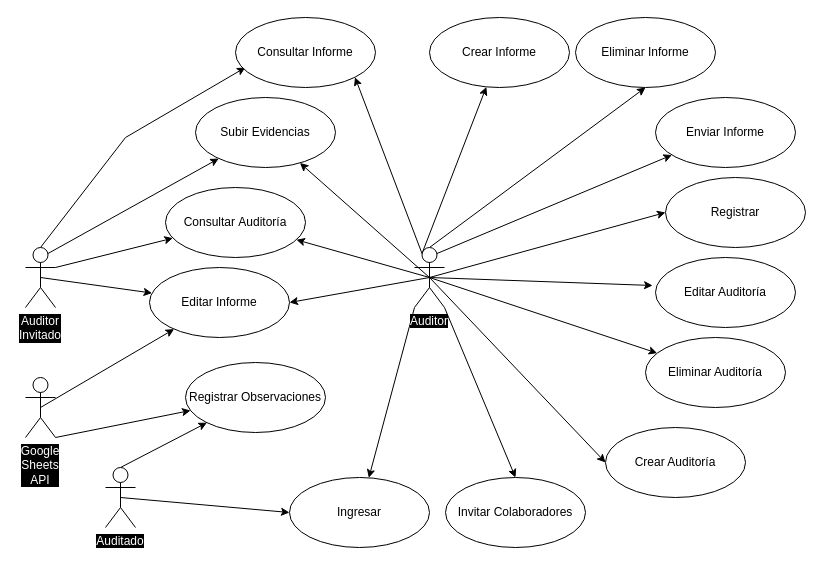
Jhonathan97/Proyecto_Auditoria keeps this draw.io diagram as Diagrams and Mockups/casos_de_uso.drawio. Above is the earlier version. Source tidied: cells renumbered, new cells numbered last; positions are measured from the earlier drawing's top-left corner, leaving out a move shared by most shapes. Both pictures are drawn from the tidied source at 100%, with x=0, y=0 at pixel (25, 17).
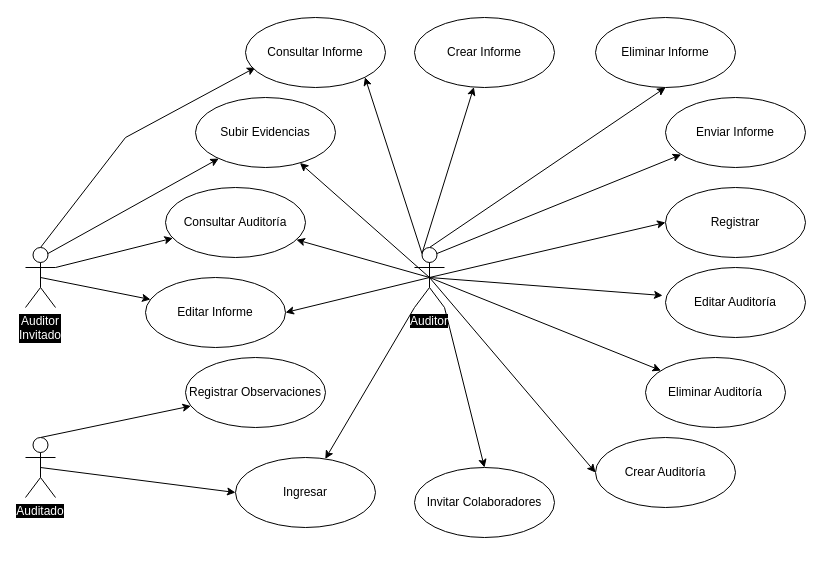
Above is the later version.

Commit message (it also covers changes not shown here):
Arquitectura de la App

The edit, as a diff of the source:
```diff
@@
     <mxCell id="16" value="Registrar" style="ellipse;whiteSpace=wrap;html=1;" parent="1" vertex="1">
-      <mxGeometry x="640" y="160" width="140" height="70" as="geometry" />
+      <mxGeometry x="640" y="170" width="140" height="70" as="geometry" />
     </mxCell>
     <mxCell id="17" value="Ingresar" style="ellipse;whiteSpace=wrap;html=1;" parent="1" vertex="1">
-      <mxGeometry x="264" y="460" width="140" height="70" as="geometry" />
+      <mxGeometry x="210" y="440" width="140" height="70" as="geometry" />
     </mxCell>
     <mxCell id="18" value="Registrar Observaciones" style="ellipse;whiteSpace=wrap;html=1;" parent="1" vertex="1">
-      <mxGeometry x="160" y="345" width="140" height="70" as="geometry" />
+      <mxGeometry x="160" y="340" width="140" height="70" as="geometry" />
     </mxCell>
@@
     <mxCell id="21" value="Auditado" style="shape=umlActor;verticalLabelPosition=bottom;labelBackgroundColor=#000000;verticalAlign=top;html=1;whiteSpace=wrap;fontColor=#FFFFFF;" parent="1" vertex="1">
-      <mxGeometry x="80" y="450" width="30" height="60" as="geometry" />
+      <mxGeometry y="420" width="30" height="60" as="geometry" />
     </mxCell>
-    <mxCell id="22" style="edgeStyle=none;rounded=0;jettySize=auto;html=1;exitX=0.5;exitY=0.5;exitDx=0;exitDy=0;exitPerimeter=0;" parent="1" edge="1" source="24" target="41">
-      <mxGeometry relative="1" as="geometry" />
-    </mxCell>
-    <mxCell id="23" style="edgeStyle=none;rounded=0;jettySize=auto;html=1;exitX=1;exitY=1;exitDx=0;exitDy=0;exitPerimeter=0;" parent="1" edge="1" source="24" target="18">
-      <mxGeometry relative="1" as="geometry" />
-    </mxCell>
-    <mxCell id="24" value="Google Sheets API" style="shape=umlActor;verticalLabelPosition=bottom;labelBackgroundColor=#000000;verticalAlign=top;html=1;whiteSpace=wrap;fontColor=#FFFFFF;" parent="1" vertex="1">
-      <mxGeometry y="360" width="30" height="60" as="geometry" />
-    </mxCell>
@@
     <mxCell id="26" value="Enviar Informe" style="ellipse;whiteSpace=wrap;html=1;" parent="1" vertex="1">
-      <mxGeometry x="630" y="80" width="140" height="70" as="geometry" />
+      <mxGeometry x="640" y="80" width="140" height="70" as="geometry" />
     </mxCell>
     <mxCell id="27" value="Invitar Colaboradores" style="ellipse;whiteSpace=wrap;html=1;" parent="1" vertex="1">
-      <mxGeometry x="420" y="460" width="140" height="70" as="geometry" />
+      <mxGeometry x="389" y="450" width="140" height="70" as="geometry" />
     </mxCell>
     <mxCell id="28" value="Crear Auditoría" style="ellipse;whiteSpace=wrap;html=1;" parent="1" vertex="1">
-      <mxGeometry x="580" y="410" width="140" height="70" as="geometry" />
+      <mxGeometry x="570" y="420" width="140" height="70" as="geometry" />
     </mxCell>
@@
     <mxCell id="34" value="Editar Auditoría" style="ellipse;whiteSpace=wrap;html=1;" parent="1" vertex="1">
-      <mxGeometry x="630" y="240" width="140" height="70" as="geometry" />
+      <mxGeometry x="640" y="250" width="140" height="70" as="geometry" />
     </mxCell>
     <mxCell id="35" value="Eliminar Auditoría" style="ellipse;whiteSpace=wrap;html=1;" parent="1" vertex="1">
-      <mxGeometry x="620" y="320" width="140" height="70" as="geometry" />
+      <mxGeometry x="620" y="340" width="140" height="70" as="geometry" />
     </mxCell>
@@
     <mxCell id="37" value="Eliminar Informe" style="ellipse;whiteSpace=wrap;html=1;" parent="1" vertex="1">
-      <mxGeometry x="550" width="140" height="70" as="geometry" />
+      <mxGeometry x="570" width="140" height="70" as="geometry" />
     </mxCell>
@@
     <mxCell id="39" value="Consultar Informe" style="ellipse;whiteSpace=wrap;html=1;" parent="1" vertex="1">
-      <mxGeometry x="210" width="140" height="70" as="geometry" />
+      <mxGeometry x="220" width="140" height="70" as="geometry" />
     </mxCell>
     <mxCell id="40" value="Crear Informe" style="ellipse;whiteSpace=wrap;html=1;" parent="1" vertex="1">
-      <mxGeometry x="404" width="140" height="70" as="geometry" />
+      <mxGeometry x="389" width="140" height="70" as="geometry" />
     </mxCell>
     <mxCell id="41" value="Editar Informe" style="ellipse;whiteSpace=wrap;html=1;" parent="1" vertex="1">
-      <mxGeometry x="124" y="250" width="140" height="70" as="geometry" />
+      <mxGeometry x="120" y="260" width="140" height="70" as="geometry" />
     </mxCell>
```
